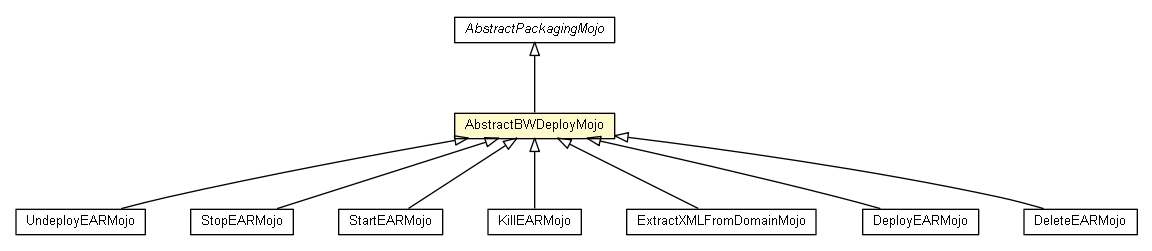
fastconnect/tibco-factory keeps this Graphviz diagram as bw-maven-plugin/apidocs/fr/fastconnect/factory/tibco/bw/maven/deployment/AbstractBWDeployMojo.png. Above is the earlier version. Its source is kept beside it as bw-maven-plugin/apidocs/fr/fastconnect/factory/tibco/bw/maven/deployment/AbstractBWDeployMojo.dot.
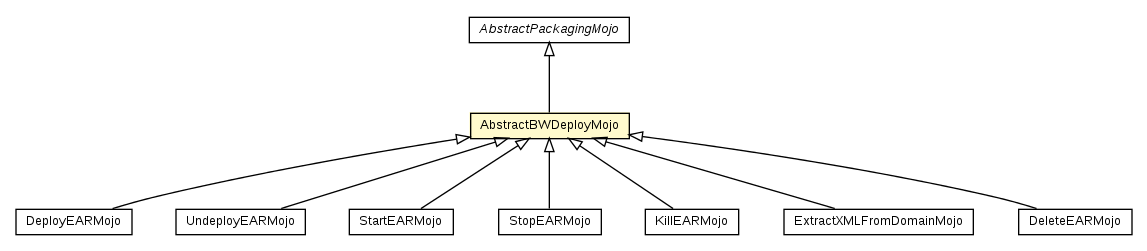
After the commit.

What changed in the source:
```diff
@@ -1,60 +1,60 @@
 
 digraph G {
-	edge [fontname="arial",fontsize=10,labelfontname="arial",labelfontsize=10];
-	node [fontname="arial",fontsize=10,shape=plaintext];
+	edge [fontname="Helvetica",fontsize=10,labelfontname="Helvetica",labelfontsize=10];
+	node [fontname="Helvetica",fontsize=10,shape=plaintext];
 	nodesep=0.25;
 	ranksep=0.5;
-	c732 [label=<<table title="fr.fastconnect.factory.tibco.bw.maven.deployment.UndeployEARMojo" border="0" cellborder="1" cellspacing="0" cellpadding="2" port="p" href="./UndeployEARMojo.html">
+	c762 [label=<<table title="fr.fastconnect.factory.tibco.bw.maven.packaging.AbstractPackagingMojo" border="0" cellborder="1" cellspacing="0" cellpadding="2" port="p" href="../packaging/AbstractPackagingMojo.html">
+		<tr><td><table border="0" cellspacing="0" cellpadding="1">
+<tr><td align="center" balign="center"><font face="Helvetica-Oblique"> AbstractPackagingMojo </font></td></tr>
+		</table></td></tr>
+		</table>>, URL="../packaging/AbstractPackagingMojo.html", fontname="Helvetica", fontcolor="black", fontsize=10.0];
+	c770 [label=<<table title="fr.fastconnect.factory.tibco.bw.maven.deployment.DeployEARMojo" border="0" cellborder="1" cellspacing="0" cellpadding="2" port="p" href="./DeployEARMojo.html">
+		<tr><td><table border="0" cellspacing="0" cellpadding="1">
+<tr><td align="center" balign="center"> DeployEARMojo </td></tr>
+		</table></td></tr>
+		</table>>, URL="./DeployEARMojo.html", fontname="Helvetica", fontcolor="black", fontsize=10.0];
+	c771 [label=<<table title="fr.fastconnect.factory.tibco.bw.maven.deployment.UndeployEARMojo" border="0" cellborder="1" cellspacing="0" cellpadding="2" port="p" href="./UndeployEARMojo.html">
 		<tr><td><table border="0" cellspacing="0" cellpadding="1">
 <tr><td align="center" balign="center"> UndeployEARMojo </td></tr>
 		</table></td></tr>
-		</table>>, URL="./UndeployEARMojo.html", fontname="arial", fontcolor="black", fontsize=10.0];
-	c733 [label=<<table title="fr.fastconnect.factory.tibco.bw.maven.deployment.StopEARMojo" border="0" cellborder="1" cellspacing="0" cellpadding="2" port="p" href="./StopEARMojo.html">
+		</table>>, URL="./UndeployEARMojo.html", fontname="Helvetica", fontcolor="black", fontsize=10.0];
+	c772 [label=<<table title="fr.fastconnect.factory.tibco.bw.maven.deployment.StartEARMojo" border="0" cellborder="1" cellspacing="0" cellpadding="2" port="p" href="./StartEARMojo.html">
+		<tr><td><table border="0" cellspacing="0" cellpadding="1">
+<tr><td align="center" balign="center"> StartEARMojo </td></tr>
+		</table></td></tr>
+		</table>>, URL="./StartEARMojo.html", fontname="Helvetica", fontcolor="black", fontsize=10.0];
+	c773 [label=<<table title="fr.fastconnect.factory.tibco.bw.maven.deployment.StopEARMojo" border="0" cellborder="1" cellspacing="0" cellpadding="2" port="p" href="./StopEARMojo.html">
 		<tr><td><table border="0" cellspacing="0" cellpadding="1">
 <tr><td align="center" balign="center"> StopEARMojo </td></tr>
 		</table></td></tr>
-		</table>>, URL="./StopEARMojo.html", fontname="arial", fontcolor="black", fontsize=10.0];
-	c734 [label=<<table title="fr.fastconnect.factory.tibco.bw.maven.deployment.StartEARMojo" border="0" cellborder="1" cellspacing="0" cellpadding="2" port="p" href="./StartEARMojo.html">
-		<tr><td><table border="0" cellspacing="0" cellpadding="1">
-<tr><td align="center" balign="center"> StartEARMojo </td></tr>
-		</table></td></tr>
-		</table>>, URL="./StartEARMojo.html", fontname="arial", fontcolor="black", fontsize=10.0];
-	c735 [label=<<table title="fr.fastconnect.factory.tibco.bw.maven.deployment.KillEARMojo" border="0" cellborder="1" cellspacing="0" cellpadding="2" port="p" href="./KillEARMojo.html">
+		</table>>, URL="./StopEARMojo.html", fontname="Helvetica", fontcolor="black", fontsize=10.0];
+	c774 [label=<<table title="fr.fastconnect.factory.tibco.bw.maven.deployment.KillEARMojo" border="0" cellborder="1" cellspacing="0" cellpadding="2" port="p" href="./KillEARMojo.html">
 		<tr><td><table border="0" cellspacing="0" cellpadding="1">
 <tr><td align="center" balign="center"> KillEARMojo </td></tr>
 		</table></td></tr>
-		</table>>, URL="./KillEARMojo.html", fontname="arial", fontcolor="black", fontsize=10.0];
-	c736 [label=<<table title="fr.fastconnect.factory.tibco.bw.maven.deployment.ExtractXMLFromDomainMojo" border="0" cellborder="1" cellspacing="0" cellpadding="2" port="p" href="./ExtractXMLFromDomainMojo.html">
+		</table>>, URL="./KillEARMojo.html", fontname="Helvetica", fontcolor="black", fontsize=10.0];
+	c775 [label=<<table title="fr.fastconnect.factory.tibco.bw.maven.deployment.ExtractXMLFromDomainMojo" border="0" cellborder="1" cellspacing="0" cellpadding="2" port="p" href="./ExtractXMLFromDomainMojo.html">
 		<tr><td><table border="0" cellspacing="0" cellpadding="1">
 <tr><td align="center" balign="center"> ExtractXMLFromDomainMojo </td></tr>
 		</table></td></tr>
-		</table>>, URL="./ExtractXMLFromDomainMojo.html", fontname="arial", fontcolor="black", fontsize=10.0];
-	c737 [label=<<table title="fr.fastconnect.factory.tibco.bw.maven.deployment.DeployEARMojo" border="0" cellborder="1" cellspacing="0" cellpadding="2" port="p" href="./DeployEARMojo.html">
-		<tr><td><table border="0" cellspacing="0" cellpadding="1">
-<tr><td align="center" balign="center"> DeployEARMojo </td></tr>
-		</table></td></tr>
-		</table>>, URL="./DeployEARMojo.html", fontname="arial", fontcolor="black", fontsize=10.0];
-	c738 [label=<<table title="fr.fastconnect.factory.tibco.bw.maven.deployment.DeleteEARMojo" border="0" cellborder="1" cellspacing="0" cellpadding="2" port="p" href="./DeleteEARMojo.html">
+		</table>>, URL="./ExtractXMLFromDomainMojo.html", fontname="Helvetica", fontcolor="black", fontsize=10.0];
+	c776 [label=<<table title="fr.fastconnect.factory.tibco.bw.maven.deployment.DeleteEARMojo" border="0" cellborder="1" cellspacing="0" cellpadding="2" port="p" href="./DeleteEARMojo.html">
 		<tr><td><table border="0" cellspacing="0" cellpadding="1">
 <tr><td align="center" balign="center"> DeleteEARMojo </td></tr>
 		</table></td></tr>
-		</table>>, URL="./DeleteEARMojo.html", fontname="arial", fontcolor="black", fontsize=10.0];
-	c739 [label=<<table title="fr.fastconnect.factory.tibco.bw.maven.deployment.AbstractBWDeployMojo" border="0" cellborder="1" cellspacing="0" cellpadding="2" port="p" bgcolor="lemonChiffon" href="./AbstractBWDeployMojo.html">
+		</table>>, URL="./DeleteEARMojo.html", fontname="Helvetica", fontcolor="black", fontsize=10.0];
+	c777 [label=<<table title="fr.fastconnect.factory.tibco.bw.maven.deployment.AbstractBWDeployMojo" border="0" cellborder="1" cellspacing="0" cellpadding="2" port="p" bgcolor="lemonChiffon" href="./AbstractBWDeployMojo.html">
 		<tr><td><table border="0" cellspacing="0" cellpadding="1">
 <tr><td align="center" balign="center"> AbstractBWDeployMojo </td></tr>
 		</table></td></tr>
-		</table>>, URL="./AbstractBWDeployMojo.html", fontname="arial", fontcolor="black", fontsize=10.0];
-	c751 [label=<<table title="fr.fastconnect.factory.tibco.bw.maven.packaging.AbstractPackagingMojo" border="0" cellborder="1" cellspacing="0" cellpadding="2" port="p" href="../packaging/AbstractPackagingMojo.html">
-		<tr><td><table border="0" cellspacing="0" cellpadding="1">
-<tr><td align="center" balign="center"><font face="arial italic"> AbstractPackagingMojo </font></td></tr>
-		</table></td></tr>
-		</table>>, URL="../packaging/AbstractPackagingMojo.html", fontname="arial", fontcolor="black", fontsize=10.0];
-	c739:p -> c732:p [dir=back,arrowtail=empty];
-	c739:p -> c733:p [dir=back,arrowtail=empty];
-	c739:p -> c734:p [dir=back,arrowtail=empty];
-	c739:p -> c735:p [dir=back,arrowtail=empty];
-	c739:p -> c736:p [dir=back,arrowtail=empty];
-	c739:p -> c737:p [dir=back,arrowtail=empty];
-	c739:p -> c738:p [dir=back,arrowtail=empty];
-	c751:p -> c739:p [dir=back,arrowtail=empty];
+		</table>>, URL="./AbstractBWDeployMojo.html", fontname="Helvetica", fontcolor="black", fontsize=10.0];
+	c777:p -> c770:p [dir=back,arrowtail=empty];
+	c777:p -> c771:p [dir=back,arrowtail=empty];
+	c777:p -> c772:p [dir=back,arrowtail=empty];
+	c777:p -> c773:p [dir=back,arrowtail=empty];
+	c777:p -> c774:p [dir=back,arrowtail=empty];
+	c777:p -> c775:p [dir=back,arrowtail=empty];
+	c777:p -> c776:p [dir=back,arrowtail=empty];
+	c762:p -> c777:p [dir=back,arrowtail=empty];
 }
```
